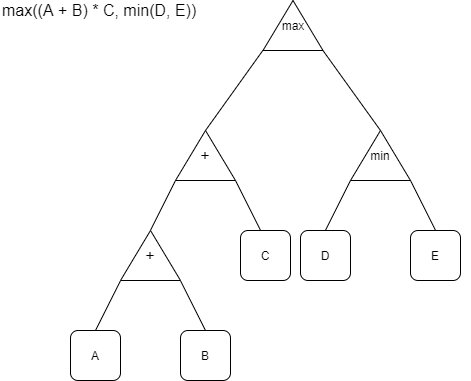
Earlier version of the draw.io export doc/SymbolicExpression.png (Deltares/mathematical_expression_parser). Source tidied: cells renumbered, new cells last; positions are measured from the earlier drawing's top-left corner, leaving out a move shared by most shapes.
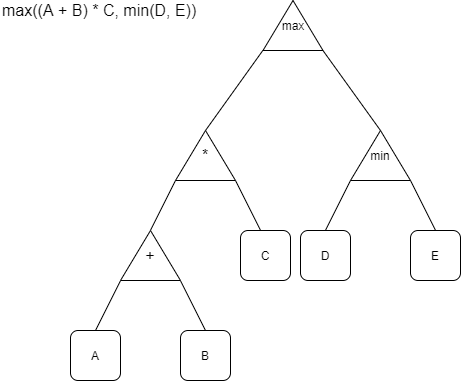
After the change.

Commit message:
D3DFMIQ-1681: Fix typo SymbolExpression img

Change to the diagram source:
```diff
@@ -23,7 +23,7 @@
     <mxCell id="8" value="&lt;font style=&quot;font-size: 16px&quot;&gt;+&lt;/font&gt;" style="triangle;whiteSpace=wrap;html=1;rotation=0;verticalAlign=middle;align=center;flipH=0;flipV=1;direction=south;" parent="1" vertex="1">
       <mxGeometry x="120" y="230" width="60" height="50" as="geometry" />
     </mxCell>
-    <mxCell id="9" value="&lt;font style=&quot;font-size: 16px&quot;&gt;+&lt;/font&gt;" style="triangle;whiteSpace=wrap;html=1;rotation=0;verticalAlign=middle;align=center;flipH=0;flipV=1;direction=south;" parent="1" vertex="1">
+    <mxCell id="9" value="&lt;font style=&quot;font-size: 16px&quot;&gt;*&lt;/font&gt;" style="triangle;whiteSpace=wrap;html=1;rotation=0;verticalAlign=middle;align=center;flipH=0;flipV=1;direction=south;" parent="1" vertex="1">
       <mxGeometry x="175" y="130" width="60" height="50" as="geometry" />
     </mxCell>
     <mxCell id="10" value="&lt;font style=&quot;font-size: 12px&quot;&gt;max&lt;/font&gt;" style="triangle;whiteSpace=wrap;html=1;rotation=0;verticalAlign=middle;align=center;flipH=0;flipV=1;direction=south;" parent="1" vertex="1">
```
